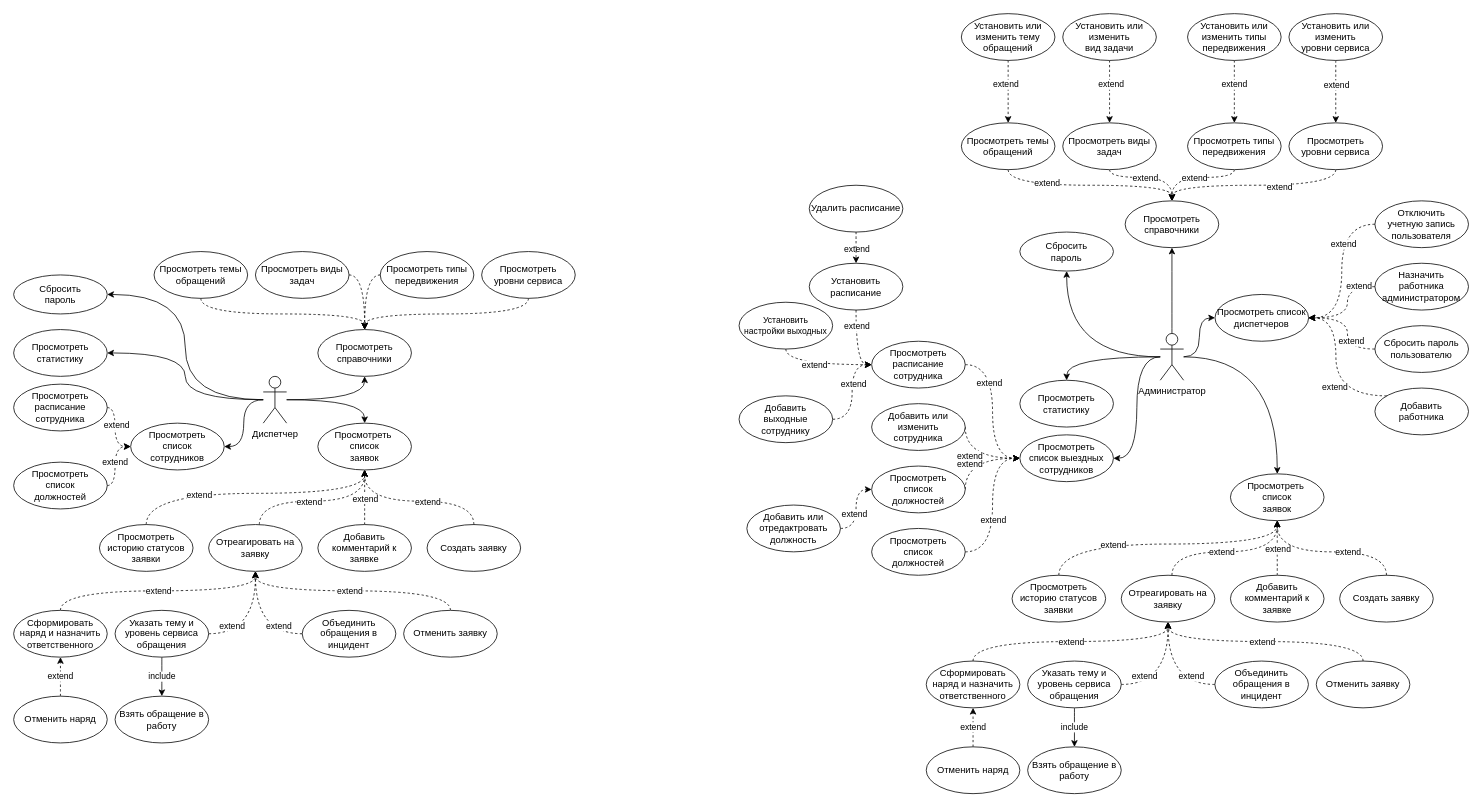
iamquoz/essen keeps this draw.io diagram as usecase.drawio. Above is the earlier version. Source tidied: cells renumbered, new cells numbered last; positions are measured from the earlier drawing's top-left corner, leaving out a move shared by most shapes. Both pictures are drawn from the tidied source at 78%, with x=0, y=0 at pixel (13, 13).
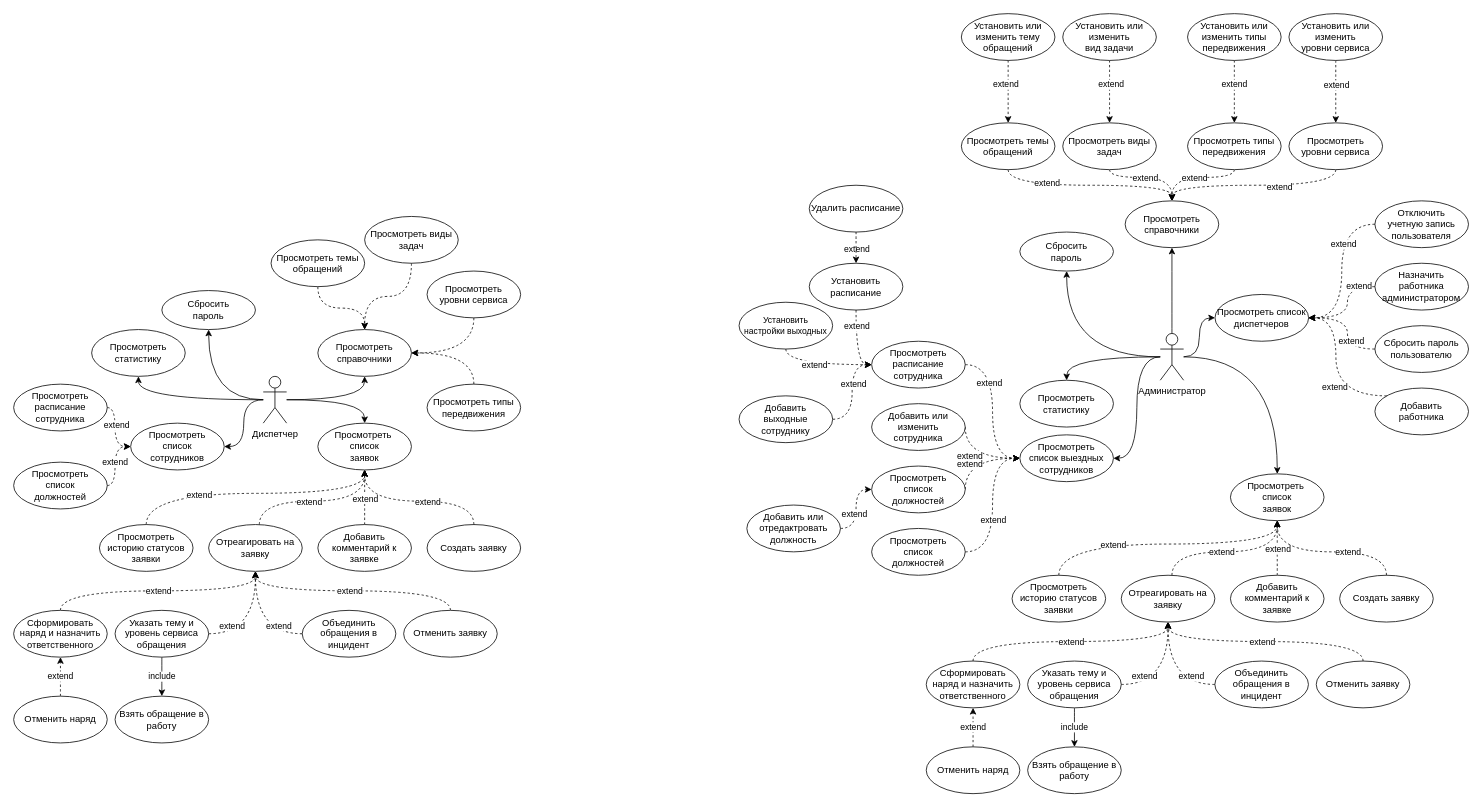
The same page after the edit.

Unchanged cells that the change refers to:
```xml
<mxCell id="7" value="Диспетчер" style="shape=umlActor;verticalLabelPosition=bottom;verticalAlign=top;html=1;outlineConnect=0;" parent="1" vertex="1">
  <mxGeometry x="320" y="465" width="30" height="60" as="geometry" />
</mxCell>
<mxCell id="42" value="Просмотреть справочники" style="ellipse;whiteSpace=wrap;html=1;verticalAlign=middle;" parent="1" vertex="1">
  <mxGeometry x="390" y="405" width="120" height="60" as="geometry" />
</mxCell>
```

Diff of the diagram source:
```diff
@@
-    <mxCell id="5" style="edgeStyle=orthogonalEdgeStyle;shape=connector;curved=1;rounded=0;jettySize=auto;html=1;entryX=1;entryY=0.5;entryDx=0;entryDy=0;labelBackgroundColor=default;strokeColor=default;fontFamily=Helvetica;fontSize=11;fontColor=default;endArrow=classic;" parent="1" edge="1" source="7" target="51">
+    <mxCell id="5" style="edgeStyle=orthogonalEdgeStyle;shape=connector;curved=1;rounded=0;jettySize=auto;html=1;entryX=0.5;entryY=1;entryDx=0;entryDy=0;labelBackgroundColor=default;strokeColor=default;fontFamily=Helvetica;fontSize=11;fontColor=default;endArrow=classic;" parent="1" edge="1" source="7" target="51">
       <mxGeometry relative="1" as="geometry" />
     </mxCell>
-    <mxCell id="6" style="edgeStyle=orthogonalEdgeStyle;shape=connector;curved=1;rounded=0;jettySize=auto;html=1;entryX=1;entryY=0.5;entryDx=0;entryDy=0;labelBackgroundColor=default;strokeColor=default;fontFamily=Helvetica;fontSize=11;fontColor=default;endArrow=classic;" parent="1" edge="1" source="7" target="50">
+    <mxCell id="6" style="edgeStyle=orthogonalEdgeStyle;shape=connector;curved=1;rounded=0;jettySize=auto;html=1;entryX=0.5;entryY=1;entryDx=0;entryDy=0;labelBackgroundColor=default;strokeColor=default;fontFamily=Helvetica;fontSize=11;fontColor=default;endArrow=classic;" parent="1" edge="1" source="7" target="50">
       <mxGeometry relative="1" as="geometry" />
     </mxCell>
@@
     <mxCell id="43" value="Просмотреть темы обращений" style="ellipse;whiteSpace=wrap;html=1;verticalAlign=middle;" parent="1" vertex="1">
-      <mxGeometry x="180" y="305" width="120" height="60" as="geometry" />
+      <mxGeometry x="330" y="290" width="120" height="60" as="geometry" />
     </mxCell>
-    <mxCell id="44" style="edgeStyle=orthogonalEdgeStyle;shape=connector;curved=1;rounded=0;jettySize=auto;html=1;entryX=0.5;entryY=0;entryDx=0;entryDy=0;labelBackgroundColor=default;strokeColor=default;fontFamily=Helvetica;fontSize=11;fontColor=default;endArrow=classic;dashed=1;exitX=1;exitY=0.5;exitDx=0;exitDy=0;" parent="1" edge="1" source="45" target="42">
+    <mxCell id="44" style="edgeStyle=orthogonalEdgeStyle;shape=connector;curved=1;rounded=0;jettySize=auto;html=1;entryX=0.5;entryY=0;entryDx=0;entryDy=0;labelBackgroundColor=default;strokeColor=default;fontFamily=Helvetica;fontSize=11;fontColor=default;endArrow=classic;dashed=1;exitX=0.5;exitY=1;exitDx=0;exitDy=0;" parent="1" edge="1" source="45" target="42">
       <mxGeometry relative="1" as="geometry" />
     </mxCell>
     <mxCell id="45" value="Просмотреть виды задач" style="ellipse;whiteSpace=wrap;html=1;verticalAlign=middle;" parent="1" vertex="1">
-      <mxGeometry x="310" y="305" width="120" height="60" as="geometry" />
+      <mxGeometry x="450" y="260" width="120" height="60" as="geometry" />
     </mxCell>
-    <mxCell id="46" style="edgeStyle=orthogonalEdgeStyle;shape=connector;curved=1;rounded=0;jettySize=auto;html=1;entryX=0.5;entryY=0;entryDx=0;entryDy=0;labelBackgroundColor=default;strokeColor=default;fontFamily=Helvetica;fontSize=11;fontColor=default;endArrow=classic;dashed=1;exitX=0;exitY=0.5;exitDx=0;exitDy=0;" parent="1" edge="1" source="47" target="42">
-      <mxGeometry relative="1" as="geometry" />
+    <mxCell id="46" style="edgeStyle=orthogonalEdgeStyle;shape=connector;curved=1;rounded=0;jettySize=auto;html=1;labelBackgroundColor=default;strokeColor=default;fontFamily=Helvetica;fontSize=11;fontColor=default;endArrow=classic;dashed=1;exitX=0.5;exitY=0;exitDx=0;exitDy=0;" parent="1" edge="1" source="47">
+      <mxGeometry relative="1" as="geometry">
+        <mxPoint x="510" y="435" as="targetPoint" />
+        <Array as="points">
+          <mxPoint x="590" y="435" />
+        </Array>
+      </mxGeometry>
     </mxCell>
     <mxCell id="47" value="Просмотреть типы передвижения" style="ellipse;whiteSpace=wrap;html=1;verticalAlign=middle;" parent="1" vertex="1">
-      <mxGeometry x="470" y="305" width="120" height="60" as="geometry" />
+      <mxGeometry x="530" y="475" width="120" height="60" as="geometry" />
     </mxCell>
-    <mxCell id="48" style="edgeStyle=orthogonalEdgeStyle;shape=connector;curved=1;rounded=0;jettySize=auto;html=1;entryX=0.5;entryY=0;entryDx=0;entryDy=0;labelBackgroundColor=default;strokeColor=default;fontFamily=Helvetica;fontSize=11;fontColor=default;endArrow=classic;exitX=0.5;exitY=1;exitDx=0;exitDy=0;dashed=1;" parent="1" edge="1" source="49" target="42">
+    <mxCell id="48" style="edgeStyle=orthogonalEdgeStyle;shape=connector;curved=1;rounded=0;jettySize=auto;html=1;entryX=1;entryY=0.5;entryDx=0;entryDy=0;labelBackgroundColor=default;strokeColor=default;fontFamily=Helvetica;fontSize=11;fontColor=default;endArrow=classic;exitX=0.5;exitY=1;exitDx=0;exitDy=0;dashed=1;" parent="1" edge="1" source="49" target="42">
       <mxGeometry relative="1" as="geometry" />
     </mxCell>
     <mxCell id="49" value="Просмотреть &lt;br&gt;уровни сервиса" style="ellipse;whiteSpace=wrap;html=1;verticalAlign=middle;" parent="1" vertex="1">
-      <mxGeometry x="600" y="305" width="120" height="60" as="geometry" />
+      <mxGeometry x="530" y="330" width="120" height="60" as="geometry" />
     </mxCell>
     <mxCell id="50" value="Сбросить &lt;br&gt;пароль" style="ellipse;whiteSpace=wrap;html=1;" parent="1" vertex="1">
-      <mxGeometry y="335" width="120" height="50" as="geometry" />
+      <mxGeometry x="190" y="355" width="120" height="50" as="geometry" />
     </mxCell>
     <mxCell id="51" value="Просмотреть статистику" style="ellipse;whiteSpace=wrap;html=1;verticalAlign=middle;" parent="1" vertex="1">
-      <mxGeometry y="405" width="120" height="60" as="geometry" />
+      <mxGeometry x="100" y="405" width="120" height="60" as="geometry" />
     </mxCell>
```
